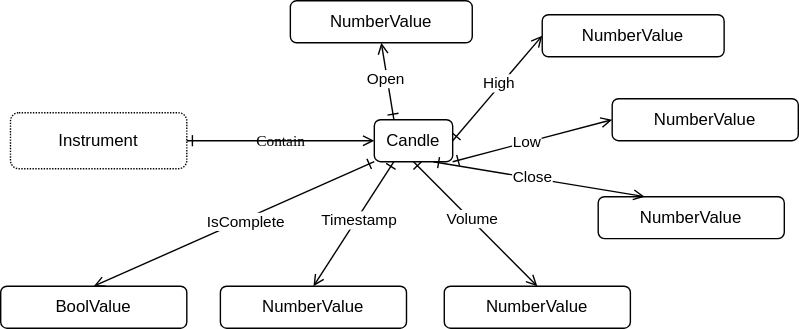
Before: src/candle/Candle.drawio.svg, a diagram exported from draw.io (suenot/deep-tinkoff-invest-api). Source tidied: cells renumbered, new cells last; positions are measured from the earlier drawing's top-left corner, leaving out a move shared by most shapes.
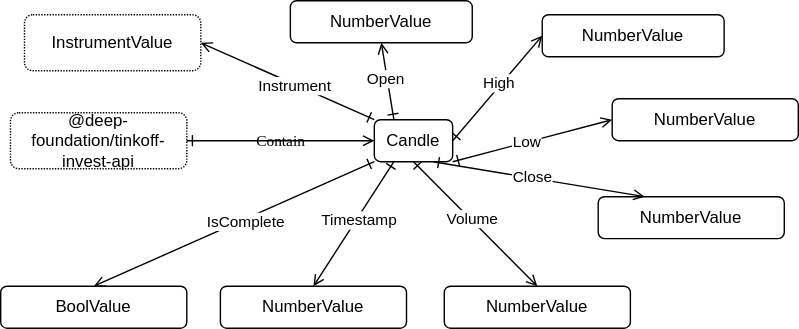
Above is the later version.

The edit, as a diff of the source:
```diff
@@ -14,12 +14,9 @@
     <mxCell id="5" value="NumberValue" style="rounded=1;whiteSpace=wrap;html=1;labelBackgroundColor=none;" parent="1" vertex="1">
       <mxGeometry x="387" y="10" width="130" height="30" as="geometry" />
     </mxCell>
-    <mxCell id="6" value="Instrument" style="rounded=1;whiteSpace=wrap;html=1;labelBackgroundColor=none;dashed=1;dashPattern=1 1;" parent="1" vertex="1">
-      <mxGeometry x="7" y="80" width="126" height="40" as="geometry" />
+    <mxCell id="6" value="InstrumentValue" style="rounded=1;whiteSpace=wrap;html=1;labelBackgroundColor=none;dashed=1;dashPattern=1 1;" parent="1" vertex="1">
+      <mxGeometry x="17" y="10" width="126" height="40" as="geometry" />
     </mxCell>
-    <mxCell id="7" value="Contain" style="jettySize=auto;html=1;shadow=0;labelBackgroundColor=none;startArrow=ERone;startFill=0;endArrow=open;endFill=0;fontColor=#000000;fontFamily=Comic Sans MS;entryX=0;entryY=0.5;entryDx=0;entryDy=0;exitX=1;exitY=0.5;exitDx=0;exitDy=0;" parent="1" edge="1" source="6" target="4">
-      <mxGeometry relative="1" as="geometry" />
-    </mxCell>
     <mxCell id="8" style="edgeStyle=none;html=1;exitX=1;exitY=1;exitDx=0;exitDy=0;startArrow=ERone;startFill=0;entryX=0;entryY=0.5;entryDx=0;entryDy=0;endArrow=open;endFill=0;" parent="1" edge="1" source="4" target="10">
       <mxGeometry relative="1" as="geometry" />
     </mxCell>
@@ -74,5 +71,17 @@
     <mxCell id="25" value="IsComplete" style="edgeLabel;html=1;align=center;verticalAlign=middle;" parent="24" vertex="1">
       <mxGeometry x="-0.07" y="1" relative="1" as="geometry" />
     </mxCell>
+    <mxCell id="26" style="edgeStyle=none;html=1;exitX=0;exitY=0;exitDx=0;exitDy=0;startArrow=ERone;startFill=0;entryX=1;entryY=0.5;entryDx=0;entryDy=0;endArrow=open;endFill=0;" parent="1" edge="1" source="4" target="6">
+      <mxGeometry relative="1" as="geometry" />
+    </mxCell>
+    <mxCell id="27" value="Instrument" style="edgeLabel;html=1;align=center;verticalAlign=middle;" parent="26" vertex="1">
+      <mxGeometry x="-0.07" y="1" relative="1" as="geometry" />
+    </mxCell>
+    <mxCell id="28" value="@deep-foundation/tinkoff-invest-api" style="rounded=1;whiteSpace=wrap;html=1;labelBackgroundColor=none;dashed=1;dashPattern=1 1;" parent="1" vertex="1">
+      <mxGeometry x="7" y="80" width="126" height="40" as="geometry" />
+    </mxCell>
+    <mxCell id="7" value="Contain" style="jettySize=auto;html=1;shadow=0;labelBackgroundColor=none;startArrow=ERone;startFill=0;endArrow=open;endFill=0;fontColor=#000000;fontFamily=Comic Sans MS;entryX=0;entryY=0.5;entryDx=0;entryDy=0;exitX=1;exitY=0.5;exitDx=0;exitDy=0;" parent="1" edge="1" source="28" target="4">
+      <mxGeometry relative="1" as="geometry" />
+    </mxCell>
   </root>
 </mxGraphModel>
```
